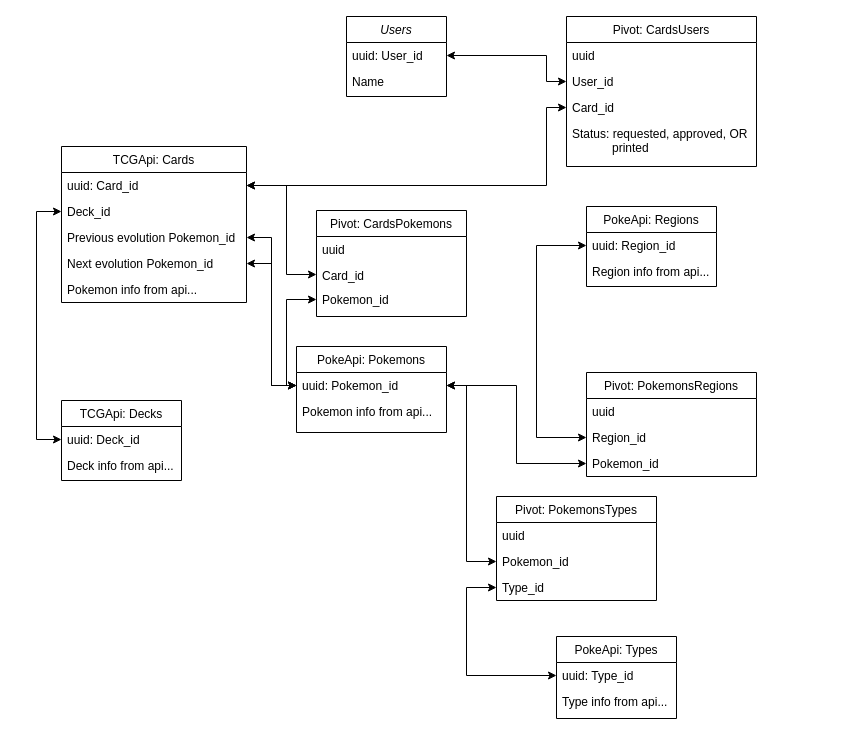
ecreatrix/personal-pokemon keeps this draw.io diagram as Pokemon.drawio. Above is the earlier version. Source tidied: cells renumbered, new cells numbered last; positions are measured from the earlier drawing's top-left corner, leaving out a move shared by most shapes. Both pictures are drawn from the tidied source at 100%, with x=0, y=0 at pixel (36, 16).
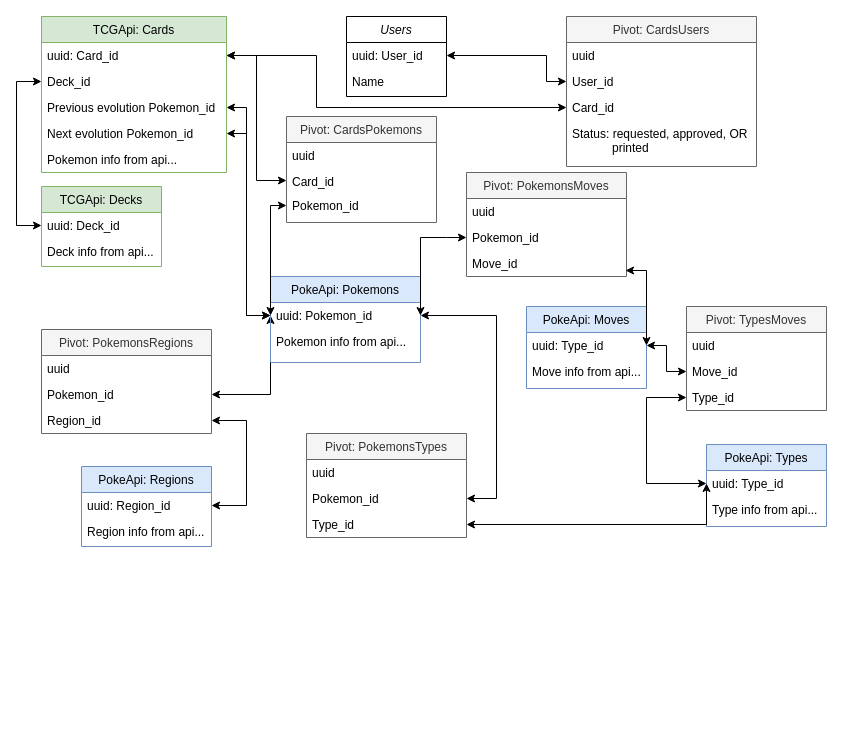
The same diagram, later.

The change refers to these unchanged cells:
```xml
<mxCell id="6" value="uuid: Card_id" style="text;align=left;verticalAlign=top;spacingLeft=4;spacingRight=4;overflow=hidden;points=[[0,0.5],[1,0.5]];portConstraint=eastwest;" parent="5" vertex="1">
  <mxGeometry y="26" width="185" height="26" as="geometry" />
</mxCell>
<mxCell id="7" value="Deck_id" style="text;align=left;verticalAlign=top;spacingLeft=4;spacingRight=4;overflow=hidden;points=[[0,0.5],[1,0.5]];portConstraint=eastwest;rounded=0;shadow=0;html=0;" parent="5" vertex="1">
  <mxGeometry y="52" width="185" height="26" as="geometry" />
</mxCell>
<mxCell id="8" value="Previous evolution Pokemon_id" style="text;align=left;verticalAlign=top;spacingLeft=4;spacingRight=4;overflow=hidden;points=[[0,0.5],[1,0.5]];portConstraint=eastwest;rounded=0;shadow=0;html=0;" parent="5" vertex="1">
  <mxGeometry y="78" width="185" height="26" as="geometry" />
</mxCell>
<mxCell id="9" value="Next evolution Pokemon_id" style="text;align=left;verticalAlign=top;spacingLeft=4;spacingRight=4;overflow=hidden;points=[[0,0.5],[1,0.5]];portConstraint=eastwest;rounded=0;shadow=0;html=0;" parent="5" vertex="1">
  <mxGeometry y="104" width="185" height="26" as="geometry" />
</mxCell>
<mxCell id="13" value="uuid: Deck_id" style="text;align=left;verticalAlign=top;spacingLeft=4;spacingRight=4;overflow=hidden;points=[[0,0.5],[1,0.5]];portConstraint=eastwest;" parent="12" vertex="1">
  <mxGeometry y="26" width="120" height="26" as="geometry" />
</mxCell>
<mxCell id="18" value="Card_id" style="text;align=left;verticalAlign=top;spacingLeft=4;spacingRight=4;overflow=hidden;points=[[0,0.5],[1,0.5]];portConstraint=eastwest;rounded=0;shadow=0;html=0;" parent="16" vertex="1">
  <mxGeometry y="52" width="150" height="24" as="geometry" />
</mxCell>
<mxCell id="19" value="Pokemon_id" style="text;align=left;verticalAlign=top;spacingLeft=4;spacingRight=4;overflow=hidden;points=[[0,0.5],[1,0.5]];portConstraint=eastwest;rounded=0;shadow=0;html=0;" parent="16" vertex="1">
  <mxGeometry y="76" width="150" height="26" as="geometry" />
</mxCell>
<mxCell id="27" value="uuid: Region_id" style="text;align=left;verticalAlign=top;spacingLeft=4;spacingRight=4;overflow=hidden;points=[[0,0.5],[1,0.5]];portConstraint=eastwest;" parent="26" vertex="1">
  <mxGeometry y="26" width="130" height="26" as="geometry" />
</mxCell>
<mxCell id="30" value="uuid: Type_id" style="text;align=left;verticalAlign=top;spacingLeft=4;spacingRight=4;overflow=hidden;points=[[0,0.5],[1,0.5]];portConstraint=eastwest;" parent="29" vertex="1">
  <mxGeometry y="26" width="120" height="26" as="geometry" />
</mxCell>
<mxCell id="38" value="Pokemon_id" style="text;align=left;verticalAlign=top;spacingLeft=4;spacingRight=4;overflow=hidden;points=[[0,0.5],[1,0.5]];portConstraint=eastwest;rounded=0;shadow=0;html=0;" parent="36" vertex="1">
  <mxGeometry y="52" width="160" height="26" as="geometry" />
</mxCell>
<mxCell id="39" value="Type_id" style="text;align=left;verticalAlign=top;spacingLeft=4;spacingRight=4;overflow=hidden;points=[[0,0.5],[1,0.5]];portConstraint=eastwest;rounded=0;shadow=0;html=0;" parent="36" vertex="1">
  <mxGeometry y="78" width="160" height="26" as="geometry" />
</mxCell>
<mxCell id="43" value="Card_id" style="text;align=left;verticalAlign=top;spacingLeft=4;spacingRight=4;overflow=hidden;points=[[0,0.5],[1,0.5]];portConstraint=eastwest;rounded=0;shadow=0;html=0;" parent="40" vertex="1">
  <mxGeometry y="78" width="190" height="26" as="geometry" />
</mxCell>
<mxCell id="48" value="uuid: Pokemon_id" style="text;align=left;verticalAlign=top;spacingLeft=4;spacingRight=4;overflow=hidden;points=[[0,0.5],[1,0.5]];portConstraint=eastwest;" parent="47" vertex="1">
  <mxGeometry y="26" width="150" height="26" as="geometry" />
</mxCell>
```

The edit, as a diff of the source:
```diff
@@
-    <mxCell id="5" value="TCGApi: Cards" style="swimlane;fontStyle=0;align=center;verticalAlign=top;horizontal=1;startSize=26;rounded=0;shadow=0;strokeWidth=1;swimlaneLine=1;" parent="1" vertex="1">
-      <mxGeometry x="25" y="130" width="185" height="156" as="geometry" />
+    <mxCell id="5" value="TCGApi: Cards" style="swimlane;fontStyle=0;align=center;verticalAlign=top;horizontal=1;startSize=26;rounded=0;shadow=0;strokeWidth=1;swimlaneLine=1;fillColor=#d5e8d4;strokeColor=#82b366;" parent="1" vertex="1">
+      <mxGeometry x="5" width="185" height="156" as="geometry" />
     </mxCell>
@@
-    <mxCell id="12" value="TCGApi: Decks" style="swimlane;fontStyle=0;align=center;verticalAlign=top;horizontal=1;startSize=26;rounded=0;shadow=0;strokeWidth=1;" parent="1" vertex="1">
-      <mxGeometry x="25" y="384" width="120" height="80" as="geometry" />
+    <mxCell id="12" value="TCGApi: Decks" style="swimlane;fontStyle=0;align=center;verticalAlign=top;horizontal=1;startSize=26;rounded=0;shadow=0;strokeWidth=1;fillColor=#d5e8d4;strokeColor=#82b366;" parent="1" vertex="1">
+      <mxGeometry x="5" y="170" width="120" height="80" as="geometry" />
     </mxCell>
@@
     <mxCell id="15" style="endArrow=classic;startArrow=classic;html=1;rounded=0;edgeStyle=orthogonalEdgeStyle;entryX=0;entryY=0.5;entryDx=0;entryDy=0;exitX=1;exitY=0.5;exitDx=0;exitDy=0;" parent="1" edge="1" source="6" target="43">
       <mxGeometry relative="1" as="geometry">
         <Array as="points">
-          <mxPoint x="510" y="169" />
-          <mxPoint x="510" y="91" />
+          <mxPoint x="280" y="39" />
+          <mxPoint x="280" y="91" />
         </Array>
       </mxGeometry>
     </mxCell>
-    <mxCell id="16" value="Pivot: CardsPokemons" style="swimlane;fontStyle=0;align=center;verticalAlign=top;horizontal=1;startSize=26;rounded=0;shadow=0;strokeWidth=1;" parent="1" vertex="1">
-      <mxGeometry x="280" y="194" width="150" height="106" as="geometry" />
+    <mxCell id="16" value="Pivot: CardsPokemons" style="swimlane;fontStyle=0;align=center;verticalAlign=top;horizontal=1;startSize=26;rounded=0;shadow=0;strokeWidth=1;fillColor=#f5f5f5;fontColor=#333333;strokeColor=#666666;" parent="1" vertex="1">
+      <mxGeometry x="250" y="100" width="150" height="106" as="geometry" />
     </mxCell>
@@
-    <mxCell id="20" style="endArrow=classic;startArrow=classic;html=1;rounded=0;entryX=1;entryY=0.5;entryDx=0;entryDy=0;exitX=0;exitY=0.5;exitDx=0;exitDy=0;edgeStyle=orthogonalEdgeStyle;" parent="1" edge="1" source="18" target="6">
+    <mxCell id="20" style="endArrow=classic;startArrow=classic;html=1;rounded=0;entryX=1;entryY=0.5;entryDx=0;entryDy=0;edgeStyle=orthogonalEdgeStyle;exitX=0;exitY=0.5;exitDx=0;exitDy=0;" parent="1" edge="1" source="18" target="6">
       <mxGeometry relative="1" as="geometry">
         <Array as="points">
-          <mxPoint x="250" y="258" />
-          <mxPoint x="250" y="169" />
+          <mxPoint x="220" y="164" />
+          <mxPoint x="220" y="39" />
         </Array>
       </mxGeometry>
     </mxCell>
     <mxCell id="21" style="endArrow=classic;startArrow=classic;html=1;rounded=0;edgeStyle=orthogonalEdgeStyle;exitX=0;exitY=0.5;exitDx=0;exitDy=0;entryX=0;entryY=0.5;entryDx=0;entryDy=0;" parent="1" edge="1" source="13" target="7">
       <mxGeometry relative="1" as="geometry">
         <Array as="points">
-          <mxPoint y="423" />
-          <mxPoint y="195" />
+          <mxPoint x="-20" y="209" />
+          <mxPoint x="-20" y="65" />
         </Array>
       </mxGeometry>
     </mxCell>
-    <mxCell id="22" style="endArrow=classic;startArrow=classic;html=1;rounded=0;edgeStyle=orthogonalEdgeStyle;entryX=0;entryY=0.5;entryDx=0;entryDy=0;exitX=1;exitY=0.5;exitDx=0;exitDy=0;" parent="1" edge="1" source="48" target="35">
-      <mxGeometry relative="1" as="geometry" />
+    <mxCell id="22" style="endArrow=classic;startArrow=classic;html=1;rounded=0;edgeStyle=orthogonalEdgeStyle;entryX=1;entryY=0.5;entryDx=0;entryDy=0;exitX=0;exitY=0.5;exitDx=0;exitDy=0;" parent="1" edge="1" source="48" target="35">
+      <mxGeometry relative="1" as="geometry">
+        <Array as="points">
+          <mxPoint x="234" y="378" />
+        </Array>
+      </mxGeometry>
     </mxCell>
-    <mxCell id="23" style="endArrow=classic;startArrow=classic;html=1;rounded=0;edgeStyle=orthogonalEdgeStyle;exitX=0;exitY=0.5;exitDx=0;exitDy=0;entryX=0;entryY=0.5;entryDx=0;entryDy=0;" parent="1" edge="1" source="34" target="27">
+    <mxCell id="23" style="endArrow=classic;startArrow=classic;html=1;rounded=0;edgeStyle=orthogonalEdgeStyle;exitX=1;exitY=0.5;exitDx=0;exitDy=0;entryX=1;entryY=0.5;entryDx=0;entryDy=0;" parent="1" edge="1" source="34" target="27">
       <mxGeometry relative="1" as="geometry">
         <Array as="points">
-          <mxPoint x="500" y="421" />
-          <mxPoint x="500" y="229" />
+          <mxPoint x="210" y="404" />
+          <mxPoint x="210" y="489" />
         </Array>
       </mxGeometry>
     </mxCell>
-    <mxCell id="24" style="endArrow=classic;startArrow=classic;html=1;rounded=0;edgeStyle=orthogonalEdgeStyle;exitX=0;exitY=0.5;exitDx=0;exitDy=0;entryX=0;entryY=0.5;entryDx=0;entryDy=0;" parent="1" edge="1" source="39" target="30">
-      <mxGeometry relative="1" as="geometry">
-        <Array as="points">
-          <mxPoint x="430" y="571" />
-          <mxPoint x="430" y="659" />
-        </Array>
-      </mxGeometry>
-    </mxCell>
-    <mxCell id="25" style="endArrow=classic;startArrow=classic;html=1;rounded=0;edgeStyle=orthogonalEdgeStyle;exitX=1;exitY=0.5;exitDx=0;exitDy=0;entryX=0;entryY=0.5;entryDx=0;entryDy=0;" parent="1" edge="1" source="48" target="38">
+    <mxCell id="25" style="endArrow=classic;startArrow=classic;html=1;rounded=0;edgeStyle=orthogonalEdgeStyle;exitX=1;exitY=0.5;exitDx=0;exitDy=0;entryX=1;entryY=0.5;entryDx=0;entryDy=0;" parent="1" edge="1" source="48" target="38">
       <mxGeometry relative="1" as="geometry">
         <Array as="points">
-          <mxPoint x="430" y="369" />
-          <mxPoint x="430" y="545" />
+          <mxPoint x="460" y="299" />
+          <mxPoint x="460" y="482" />
         </Array>
       </mxGeometry>
     </mxCell>
-    <mxCell id="26" value="PokeApi: Regions" style="swimlane;fontStyle=0;align=center;verticalAlign=top;horizontal=1;startSize=26;rounded=0;shadow=0;strokeWidth=1;" parent="1" vertex="1">
-      <mxGeometry x="550" y="190" width="130" height="80" as="geometry" />
+    <mxCell id="26" value="PokeApi: Regions" style="swimlane;fontStyle=0;align=center;verticalAlign=top;horizontal=1;startSize=26;rounded=0;shadow=0;strokeWidth=1;fillColor=#dae8fc;strokeColor=#6c8ebf;" parent="1" vertex="1">
+      <mxGeometry x="45" y="450" width="130" height="80" as="geometry" />
     </mxCell>
@@
-    <mxCell id="29" value="PokeApi: Types" style="swimlane;fontStyle=0;align=center;verticalAlign=top;horizontal=1;startSize=26;rounded=0;shadow=0;strokeWidth=1;" parent="1" vertex="1">
-      <mxGeometry x="520" y="620" width="120" height="82" as="geometry" />
+    <mxCell id="29" value="PokeApi: Types" style="swimlane;fontStyle=0;align=center;verticalAlign=top;horizontal=1;startSize=26;rounded=0;shadow=0;strokeWidth=1;fillColor=#dae8fc;strokeColor=#6c8ebf;" parent="1" vertex="1">
+      <mxGeometry x="670" y="428" width="120" height="82" as="geometry" />
     </mxCell>
@@
-    <mxCell id="32" value="Pivot: PokemonsRegions" style="swimlane;fontStyle=0;align=center;verticalAlign=top;horizontal=1;startSize=26;rounded=0;shadow=0;strokeWidth=1;" parent="1" vertex="1">
-      <mxGeometry x="550" y="356" width="170" height="104" as="geometry" />
+    <mxCell id="32" value="Pivot: PokemonsRegions" style="swimlane;fontStyle=0;align=center;verticalAlign=top;horizontal=1;startSize=26;rounded=0;shadow=0;strokeWidth=1;fillColor=#f5f5f5;fontColor=#333333;strokeColor=#666666;" parent="1" vertex="1">
+      <mxGeometry x="5" y="313" width="170" height="104" as="geometry" />
     </mxCell>
@@
+    <mxCell id="35" value="Pokemon_id" style="text;align=left;verticalAlign=top;spacingLeft=4;spacingRight=4;overflow=hidden;points=[[0,0.5],[1,0.5]];portConstraint=eastwest;rounded=0;shadow=0;html=0;" parent="32" vertex="1">
+      <mxGeometry y="52" width="170" height="26" as="geometry" />
+    </mxCell>
     <mxCell id="34" value="Region_id" style="text;align=left;verticalAlign=top;spacingLeft=4;spacingRight=4;overflow=hidden;points=[[0,0.5],[1,0.5]];portConstraint=eastwest;rounded=0;shadow=0;html=0;" parent="32" vertex="1">
-      <mxGeometry y="52" width="170" height="26" as="geometry" />
+      <mxGeometry y="78" width="170" height="26" as="geometry" />
     </mxCell>
-    <mxCell id="35" value="Pokemon_id" style="text;align=left;verticalAlign=top;spacingLeft=4;spacingRight=4;overflow=hidden;points=[[0,0.5],[1,0.5]];portConstraint=eastwest;rounded=0;shadow=0;html=0;" parent="32" vertex="1">
-      <mxGeometry y="78" width="170" height="26" as="geometry" />
-    </mxCell>
-    <mxCell id="36" value="Pivot: PokemonsTypes" style="swimlane;fontStyle=0;align=center;verticalAlign=top;horizontal=1;startSize=26;rounded=0;shadow=0;strokeWidth=1;" parent="1" vertex="1">
-      <mxGeometry x="460" y="480" width="160" height="104" as="geometry" />
+    <mxCell id="36" value="Pivot: PokemonsTypes" style="swimlane;fontStyle=0;align=center;verticalAlign=top;horizontal=1;startSize=26;rounded=0;shadow=0;strokeWidth=1;fillColor=#f5f5f5;fontColor=#333333;strokeColor=#666666;" parent="1" vertex="1">
+      <mxGeometry x="270" y="417" width="160" height="104" as="geometry" />
     </mxCell>
@@
-    <mxCell id="40" value="Pivot: CardsUsers" style="swimlane;fontStyle=0;align=center;verticalAlign=top;horizontal=1;startSize=26;rounded=0;shadow=0;strokeWidth=1;" parent="1" vertex="1">
+    <mxCell id="40" value="Pivot: CardsUsers" style="swimlane;fontStyle=0;align=center;verticalAlign=top;horizontal=1;startSize=26;rounded=0;shadow=0;strokeWidth=1;fillColor=#f5f5f5;fontColor=#333333;strokeColor=#666666;" parent="1" vertex="1">
       <mxGeometry x="530" width="190" height="150" as="geometry" />
     </mxCell>
@@
     <mxCell id="45" style="endArrow=classic;startArrow=classic;html=1;rounded=0;edgeStyle=orthogonalEdgeStyle;exitX=1;exitY=0.5;exitDx=0;exitDy=0;entryX=0;entryY=0.5;entryDx=0;entryDy=0;" parent="1" edge="1" source="9" target="48">
-      <mxGeometry relative="1" as="geometry" />
+      <mxGeometry relative="1" as="geometry">
+        <Array as="points">
+          <mxPoint x="210" y="117" />
+          <mxPoint x="210" y="299" />
+        </Array>
+      </mxGeometry>
     </mxCell>
     <mxCell id="46" style="endArrow=classic;startArrow=classic;html=1;rounded=0;edgeStyle=orthogonalEdgeStyle;exitX=1;exitY=0.5;exitDx=0;exitDy=0;entryX=0;entryY=0.5;entryDx=0;entryDy=0;" parent="1" edge="1" source="8" target="48">
-      <mxGeometry relative="1" as="geometry" />
+      <mxGeometry relative="1" as="geometry">
+        <Array as="points">
+          <mxPoint x="210" y="91" />
+          <mxPoint x="210" y="299" />
+        </Array>
+      </mxGeometry>
     </mxCell>
-    <mxCell id="47" value="PokeApi: Pokemons" style="swimlane;fontStyle=0;align=center;verticalAlign=top;horizontal=1;startSize=26;rounded=0;shadow=0;strokeWidth=1;" parent="1" vertex="1">
-      <mxGeometry x="260" y="330" width="150" height="86" as="geometry" />
+    <mxCell id="47" value="PokeApi: Pokemons" style="swimlane;fontStyle=0;align=center;verticalAlign=top;horizontal=1;startSize=26;rounded=0;shadow=0;strokeWidth=1;fillColor=#dae8fc;strokeColor=#6c8ebf;" parent="1" vertex="1">
+      <mxGeometry x="234" y="260" width="150" height="86" as="geometry" />
     </mxCell>
@@
-    <mxCell id="50" style="endArrow=classic;startArrow=classic;html=1;rounded=0;exitX=0;exitY=0.5;exitDx=0;exitDy=0;entryX=0;entryY=0.5;entryDx=0;entryDy=0;edgeStyle=orthogonalEdgeStyle;" parent="1" edge="1" source="48" target="19">
+    <mxCell id="50" style="endArrow=classic;startArrow=classic;html=1;rounded=0;exitX=0;exitY=0.5;exitDx=0;exitDy=0;edgeStyle=orthogonalEdgeStyle;entryX=0;entryY=0.5;entryDx=0;entryDy=0;" parent="1" edge="1" source="48" target="19">
       <mxGeometry relative="1" as="geometry">
         <Array as="points">
-          <mxPoint x="250" y="369" />
-          <mxPoint x="250" y="283" />
+          <mxPoint x="234" y="189" />
         </Array>
       </mxGeometry>
     </mxCell>
+    <mxCell id="51" value="PokeApi: Moves" style="swimlane;fontStyle=0;align=center;verticalAlign=top;horizontal=1;startSize=26;rounded=0;shadow=0;strokeWidth=1;fillColor=#dae8fc;strokeColor=#6c8ebf;" parent="1" vertex="1">
+      <mxGeometry x="490" y="290" width="120" height="82" as="geometry" />
+    </mxCell>
+    <mxCell id="52" value="uuid: Type_id" style="text;align=left;verticalAlign=top;spacingLeft=4;spacingRight=4;overflow=hidden;points=[[0,0.5],[1,0.5]];portConstraint=eastwest;" parent="51" vertex="1">
+      <mxGeometry y="26" width="120" height="26" as="geometry" />
+    </mxCell>
+    <mxCell id="53" value="Move info from api..." style="text;align=left;verticalAlign=top;spacingLeft=4;spacingRight=4;overflow=hidden;" parent="51" vertex="1">
+      <mxGeometry y="52" width="120" height="26" as="geometry" />
+    </mxCell>
+    <mxCell id="54" value="Pivot: PokemonsMoves" style="swimlane;fontStyle=0;align=center;verticalAlign=top;horizontal=1;startSize=26;rounded=0;shadow=0;strokeWidth=1;fillColor=#f5f5f5;fontColor=#333333;strokeColor=#666666;" parent="1" vertex="1">
+      <mxGeometry x="430" y="156" width="160" height="104" as="geometry" />
+    </mxCell>
+    <mxCell id="55" value="uuid" style="text;align=left;verticalAlign=top;spacingLeft=4;spacingRight=4;overflow=hidden;rounded=0;shadow=0;html=0;" parent="54" vertex="1">
+      <mxGeometry y="26" width="160" height="26" as="geometry" />
+    </mxCell>
+    <mxCell id="56" value="Pokemon_id" style="text;align=left;verticalAlign=top;spacingLeft=4;spacingRight=4;overflow=hidden;points=[[0,0.5],[1,0.5]];portConstraint=eastwest;rounded=0;shadow=0;html=0;" parent="54" vertex="1">
+      <mxGeometry y="52" width="160" height="26" as="geometry" />
+    </mxCell>
+    <mxCell id="57" value="Move_id" style="text;align=left;verticalAlign=top;spacingLeft=4;spacingRight=4;overflow=hidden;points=[[0,0.5],[1,0.5]];portConstraint=eastwest;rounded=0;shadow=0;html=0;" parent="54" vertex="1">
+      <mxGeometry y="78" width="160" height="26" as="geometry" />
+    </mxCell>
+    <mxCell id="58" style="endArrow=classic;startArrow=classic;html=1;rounded=0;edgeStyle=orthogonalEdgeStyle;exitX=0.994;exitY=0.769;exitDx=0;exitDy=0;exitPerimeter=0;entryX=1;entryY=0.5;entryDx=0;entryDy=0;" parent="1" edge="1" source="57" target="52">
+      <mxGeometry relative="1" as="geometry">
+        <Array as="points">
+          <mxPoint x="610" y="254" />
+        </Array>
+      </mxGeometry>
+    </mxCell>
+    <mxCell id="59" style="endArrow=classic;startArrow=classic;html=1;rounded=0;edgeStyle=orthogonalEdgeStyle;entryX=1;entryY=0.5;entryDx=0;entryDy=0;exitX=0;exitY=0.5;exitDx=0;exitDy=0;" parent="1" edge="1" source="56" target="48">
+      <mxGeometry relative="1" as="geometry">
+        <Array as="points">
+          <mxPoint x="410" y="221" />
+          <mxPoint x="410" y="221" />
+        </Array>
+      </mxGeometry>
+    </mxCell>
+    <mxCell id="60" value="Pivot: TypesMoves" style="swimlane;fontStyle=0;align=center;verticalAlign=top;horizontal=1;startSize=26;rounded=0;shadow=0;strokeWidth=1;fillColor=#f5f5f5;fontColor=#333333;strokeColor=#666666;" parent="1" vertex="1">
+      <mxGeometry x="650" y="290" width="140" height="104" as="geometry" />
+    </mxCell>
+    <mxCell id="61" value="uuid" style="text;align=left;verticalAlign=top;spacingLeft=4;spacingRight=4;overflow=hidden;rounded=0;shadow=0;html=0;" parent="60" vertex="1">
+      <mxGeometry y="26" width="140" height="26" as="geometry" />
+    </mxCell>
+    <mxCell id="62" value="Move_id" style="text;align=left;verticalAlign=top;spacingLeft=4;spacingRight=4;overflow=hidden;points=[[0,0.5],[1,0.5]];portConstraint=eastwest;rounded=0;shadow=0;html=0;" parent="60" vertex="1">
+      <mxGeometry y="52" width="140" height="26" as="geometry" />
+    </mxCell>
+    <mxCell id="63" value="Type_id" style="text;align=left;verticalAlign=top;spacingLeft=4;spacingRight=4;overflow=hidden;points=[[0,0.5],[1,0.5]];portConstraint=eastwest;rounded=0;shadow=0;html=0;" parent="60" vertex="1">
+      <mxGeometry y="78" width="140" height="26" as="geometry" />
+    </mxCell>
+    <mxCell id="64" style="endArrow=classic;startArrow=classic;html=1;rounded=0;entryX=0;entryY=0.5;entryDx=0;entryDy=0;exitX=0;exitY=0.5;exitDx=0;exitDy=0;edgeStyle=orthogonalEdgeStyle;" parent="1" edge="1" source="30" target="63">
+      <mxGeometry relative="1" as="geometry">
+        <Array as="points">
+          <mxPoint x="610" y="467" />
+          <mxPoint x="610" y="381" />
+        </Array>
+      </mxGeometry>
+    </mxCell>
+    <mxCell id="65" style="endArrow=classic;startArrow=classic;html=1;rounded=0;edgeStyle=orthogonalEdgeStyle;exitX=0;exitY=0.5;exitDx=0;exitDy=0;entryX=1;entryY=0.5;entryDx=0;entryDy=0;" parent="1" edge="1" source="62" target="52">
+      <mxGeometry relative="1" as="geometry">
+        <Array as="points">
+          <mxPoint x="630" y="355" />
+          <mxPoint x="630" y="329" />
+        </Array>
+      </mxGeometry>
+    </mxCell>
+    <mxCell id="24" style="endArrow=classic;startArrow=classic;html=1;rounded=0;edgeStyle=orthogonalEdgeStyle;entryX=0;entryY=0.5;entryDx=0;entryDy=0;exitX=1;exitY=0.5;exitDx=0;exitDy=0;" parent="1" edge="1" source="39" target="30">
+      <mxGeometry relative="1" as="geometry">
+        <Array as="points">
+          <mxPoint x="670" y="508" />
+        </Array>
+      </mxGeometry>
+    </mxCell>
```
